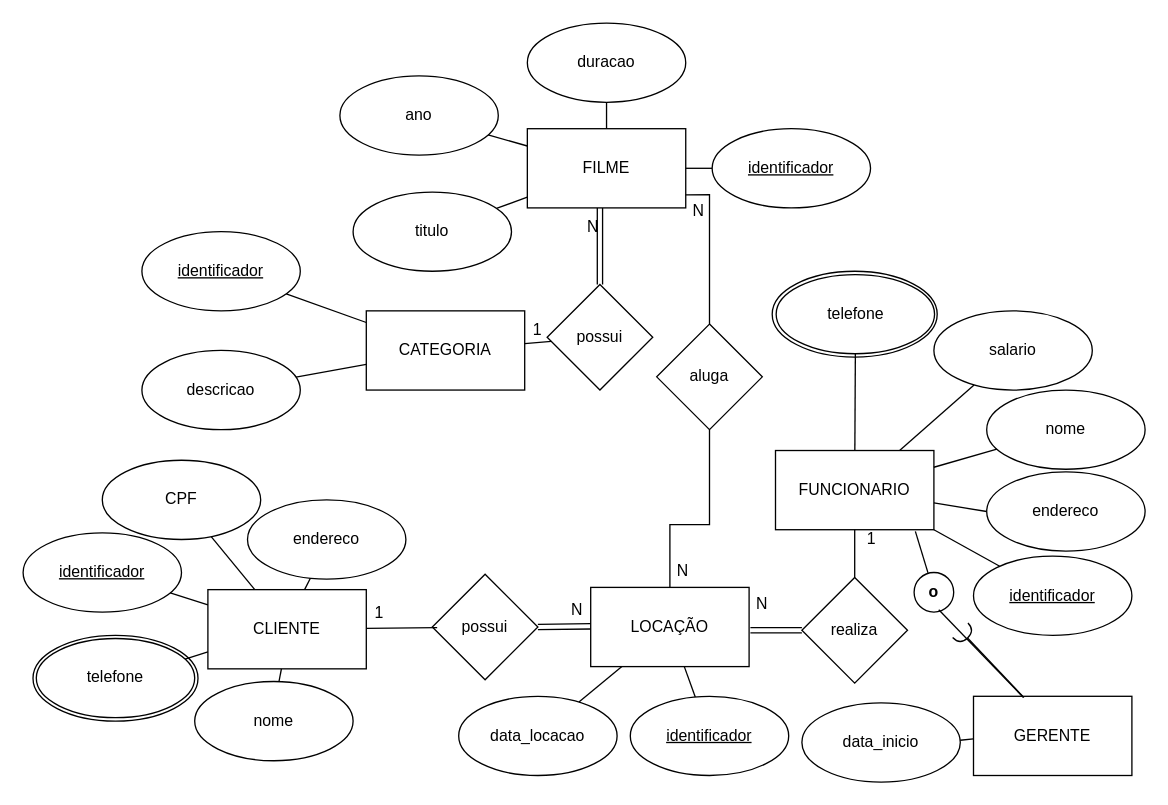
The draw.io diagram LEOBDATV2.drawio in Konitch/Diagram, before the edit. Source tidied: cells renumbered, new cells numbered last; positions are measured from the earlier drawing's top-left corner, leaving out a move shared by most shapes. Both pictures are drawn from the tidied source at 132%, with x=0, y=0 at pixel (22, 22).
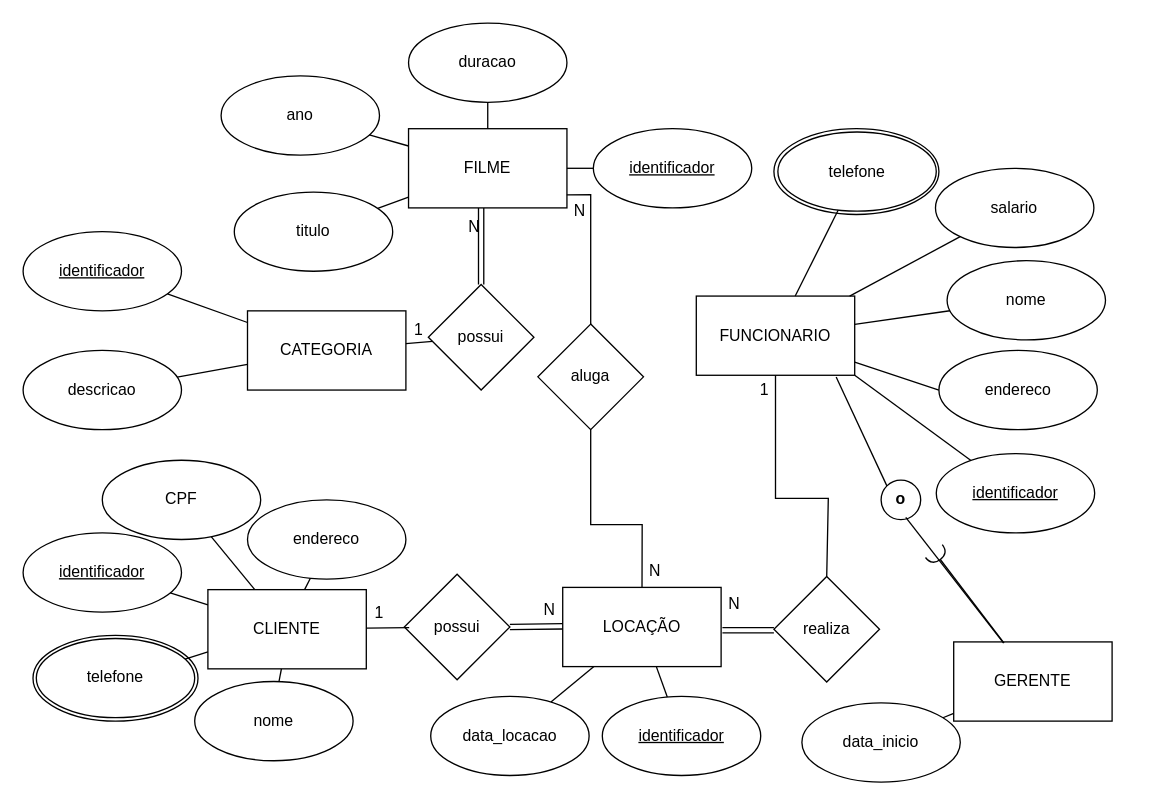
Above is the later version.

Diff of the diagram source:
```diff
@@
     <mxCell id="2" value="FUNCIONARIO" style="rounded=0;whiteSpace=wrap;html=1;" parent="1" vertex="1">
-      <mxGeometry x="570" y="323.8" width="120" height="60" as="geometry" />
+      <mxGeometry x="510" y="206.8" width="120" height="60" as="geometry" />
     </mxCell>
     <mxCell id="3" value="GERENTE" style="rounded=0;whiteSpace=wrap;html=1;" parent="1" vertex="1">
-      <mxGeometry x="720" y="510" width="120" height="60" as="geometry" />
+      <mxGeometry x="705" y="468.8" width="120" height="60" as="geometry" />
     </mxCell>
@@
     <mxCell id="5" value="FILME" style="rounded=0;whiteSpace=wrap;html=1;" parent="1" vertex="1">
-      <mxGeometry x="382" y="80" width="120" height="60" as="geometry" />
+      <mxGeometry x="292" y="80" width="120" height="60" as="geometry" />
     </mxCell>
     <mxCell id="6" value="CATEGORIA" style="rounded=0;whiteSpace=wrap;html=1;" parent="1" vertex="1">
-      <mxGeometry x="260" y="218" width="120" height="60" as="geometry" />
+      <mxGeometry x="170" y="218" width="120" height="60" as="geometry" />
     </mxCell>
     <mxCell id="7" value="LOCAÇÃO" style="rounded=0;whiteSpace=wrap;html=1;" parent="1" vertex="1">
-      <mxGeometry x="430" y="427.5" width="120" height="60" as="geometry" />
+      <mxGeometry x="408.8" y="427.5" width="120" height="60" as="geometry" />
     </mxCell>
     <mxCell id="8" value="salario" style="ellipse;whiteSpace=wrap;html=1;strokeWidth=1;gradientColor=none;fillStyle=auto;" parent="1" vertex="1">
-      <mxGeometry x="690" y="218" width="120" height="60" as="geometry" />
+      <mxGeometry x="691.2" y="110" width="120" height="60" as="geometry" />
     </mxCell>
     <mxCell id="9" value="&lt;u&gt;identificador&lt;/u&gt;" style="ellipse;whiteSpace=wrap;html=1;" parent="1" vertex="1">
-      <mxGeometry x="720" y="403.8" width="120" height="60" as="geometry" />
+      <mxGeometry x="691.8" y="326.2" width="120" height="60" as="geometry" />
     </mxCell>
     <mxCell id="10" value="endereco" style="ellipse;whiteSpace=wrap;html=1;" parent="1" vertex="1">
-      <mxGeometry x="730" y="340" width="120" height="60" as="geometry" />
+      <mxGeometry x="693.8" y="248" width="120" height="60" as="geometry" />
     </mxCell>
     <mxCell id="11" value="nome" style="ellipse;whiteSpace=wrap;html=1;" parent="1" vertex="1">
-      <mxGeometry x="730" y="278" width="120" height="60" as="geometry" />
+      <mxGeometry x="700" y="180" width="120" height="60" as="geometry" />
     </mxCell>
     <mxCell id="12" style="ellipse;whiteSpace=wrap;html=1;perimeterSpacing=0;" parent="1" vertex="1">
-      <mxGeometry x="567.5" y="188" width="125" height="65" as="geometry" />
+      <mxGeometry x="568.8" y="80" width="125" height="65" as="geometry" />
     </mxCell>
     <mxCell id="13" value="telefone" style="ellipse;whiteSpace=wrap;html=1;perimeterSpacing=0;gradientColor=none;fillStyle=hatch;" parent="1" vertex="1">
-      <mxGeometry x="570.5" y="190.5" width="120" height="60" as="geometry" />
+      <mxGeometry x="571.8" y="82.5" width="120" height="60" as="geometry" />
     </mxCell>
@@
     <mxCell id="19" value="&lt;b&gt;o&lt;/b&gt;" style="ellipse;whiteSpace=wrap;html=1;" parent="1" vertex="1">
-      <mxGeometry x="675" y="416.2" width="30" height="30" as="geometry" />
+      <mxGeometry x="650" y="346.2" width="30" height="30" as="geometry" />
     </mxCell>
     <mxCell id="20" style="endArrow=halfCircle;html=1;rounded=0;endFill=0;exitX=0.318;exitY=0.015;exitDx=0;exitDy=0;exitPerimeter=0;" parent="1" edge="1" source="3">
       <mxGeometry relative="1" as="geometry">
-        <mxPoint x="710" y="460" as="targetPoint" />
+        <mxPoint x="690" y="400" as="targetPoint" />
       </mxGeometry>
     </mxCell>
-    <mxCell id="21" style="endArrow=none;html=1;rounded=0;entryX=0.351;entryY=0.009;entryDx=0;entryDy=0;exitX=0.883;exitY=1.021;exitDx=0;exitDy=0;exitPerimeter=0;entryPerimeter=0;" parent="1" edge="1" source="2" target="19">
+    <mxCell id="21" style="endArrow=none;html=1;rounded=0;entryX=0;entryY=0;entryDx=0;entryDy=0;exitX=0.883;exitY=1.021;exitDx=0;exitDy=0;exitPerimeter=0;" parent="1" edge="1" source="2" target="19">
       <mxGeometry relative="1" as="geometry" />
     </mxCell>
@@
     <mxCell id="24" value="&lt;u&gt;identificador&lt;/u&gt;" style="ellipse;whiteSpace=wrap;html=1;" parent="1" vertex="1">
-      <mxGeometry x="90" y="158" width="120" height="60" as="geometry" />
+      <mxGeometry y="158" width="120" height="60" as="geometry" />
     </mxCell>
@@
     <mxCell id="26" value="descricao" style="ellipse;whiteSpace=wrap;html=1;" parent="1" vertex="1">
-      <mxGeometry x="90" y="248" width="120" height="60" as="geometry" />
+      <mxGeometry y="248" width="120" height="60" as="geometry" />
     </mxCell>
@@
     <mxCell id="28" value="&lt;u&gt;identificador&lt;/u&gt;" style="ellipse;whiteSpace=wrap;html=1;" parent="1" vertex="1">
-      <mxGeometry x="522" y="80" width="120" height="60" as="geometry" />
+      <mxGeometry x="432" y="80" width="120" height="60" as="geometry" />
     </mxCell>
     <mxCell id="29" value="titulo" style="ellipse;whiteSpace=wrap;html=1;" parent="1" vertex="1">
-      <mxGeometry x="250" y="128" width="120" height="60" as="geometry" />
+      <mxGeometry x="160" y="128" width="120" height="60" as="geometry" />
     </mxCell>
     <mxCell id="30" value="ano" style="ellipse;whiteSpace=wrap;html=1;" parent="1" vertex="1">
-      <mxGeometry x="240" y="40" width="120" height="60" as="geometry" />
+      <mxGeometry x="150" y="40" width="120" height="60" as="geometry" />
     </mxCell>
     <mxCell id="31" value="duracao" style="ellipse;whiteSpace=wrap;html=1;" parent="1" vertex="1">
-      <mxGeometry x="382" width="120" height="60" as="geometry" />
+      <mxGeometry x="292" width="120" height="60" as="geometry" />
     </mxCell>
@@
     <mxCell id="47" value="&lt;u&gt;identificador&lt;/u&gt;" style="ellipse;whiteSpace=wrap;html=1;" parent="1" vertex="1">
-      <mxGeometry x="460" y="510" width="120" height="60" as="geometry" />
+      <mxGeometry x="438.8" y="510" width="120" height="60" as="geometry" />
     </mxCell>
     <mxCell id="48" value="data_locacao" style="ellipse;whiteSpace=wrap;html=1;" parent="1" vertex="1">
-      <mxGeometry x="330" y="510" width="120" height="60" as="geometry" />
+      <mxGeometry x="308.8" y="510" width="120" height="60" as="geometry" />
     </mxCell>
@@
     <mxCell id="51" value="possui" style="rhombus;whiteSpace=wrap;html=1;" parent="1" vertex="1">
-      <mxGeometry x="397" y="198" width="80" height="80" as="geometry" />
+      <mxGeometry x="307" y="198" width="80" height="80" as="geometry" />
     </mxCell>
@@
     <mxCell id="54" value="realiza" style="rhombus;whiteSpace=wrap;html=1;" parent="1" vertex="1">
-      <mxGeometry x="590" y="420" width="80" height="80" as="geometry" />
+      <mxGeometry x="568.8" y="419.2" width="80" height="80" as="geometry" />
     </mxCell>
     <mxCell id="55" style="endArrow=none;html=1;rounded=0;exitX=0.5;exitY=0;exitDx=0;exitDy=0;" parent="1" edge="1" source="54" target="2">
-      <mxGeometry relative="1" as="geometry" />
+      <mxGeometry relative="1" as="geometry">
+        <Array as="points">
+          <mxPoint x="610" y="360" />
+          <mxPoint x="570" y="360" />
+        </Array>
+      </mxGeometry>
     </mxCell>
     <mxCell id="56" value="1" style="text;html=1;align=center;verticalAlign=middle;whiteSpace=wrap;rounded=0;" parent="1" vertex="1">
-      <mxGeometry x="380" y="218" width="20" height="30" as="geometry" />
+      <mxGeometry x="290" y="218" width="20" height="30" as="geometry" />
     </mxCell>
     <mxCell id="57" value="N" style="text;html=1;align=center;verticalAlign=middle;whiteSpace=wrap;rounded=0;" parent="1" vertex="1">
-      <mxGeometry x="422" y="140" width="20" height="30" as="geometry" />
+      <mxGeometry x="332" y="140" width="20" height="30" as="geometry" />
     </mxCell>
-    <mxCell id="58" style="endArrow=none;html=1;rounded=0;strokeWidth=1;entryX=0;entryY=0.5;entryDx=0;entryDy=0;shape=link;" parent="1" edge="1" target="54">
+    <mxCell id="58" style="endArrow=none;html=1;rounded=0;strokeWidth=1;entryX=0;entryY=0.5;entryDx=0;entryDy=0;shape=link;" parent="1" edge="1">
       <mxGeometry relative="1" as="geometry">
-        <mxPoint x="551" y="460" as="sourcePoint" />
+        <mxPoint x="529.8" y="460" as="sourcePoint" />
+        <mxPoint x="568.8" y="460" as="targetPoint" />
       </mxGeometry>
     </mxCell>
     <mxCell id="59" value="N" style="text;html=1;align=center;verticalAlign=middle;whiteSpace=wrap;rounded=0;" parent="1" vertex="1">
-      <mxGeometry x="550" y="425" width="20" height="30" as="geometry" />
+      <mxGeometry x="528.8" y="425" width="20" height="30" as="geometry" />
     </mxCell>
     <mxCell id="60" value="1" style="text;html=1;align=center;verticalAlign=middle;whiteSpace=wrap;rounded=0;" parent="1" vertex="1">
-      <mxGeometry x="632.5" y="376.2" width="20" height="30" as="geometry" />
+      <mxGeometry x="551.8" y="263" width="20" height="30" as="geometry" />
     </mxCell>
     <mxCell id="61" value="possui" style="rhombus;whiteSpace=wrap;html=1;" parent="1" vertex="1">
-      <mxGeometry x="310" y="417.5" width="80" height="80" as="geometry" />
+      <mxGeometry x="288.8" y="417.5" width="80" height="80" as="geometry" />
     </mxCell>
@@
     <mxCell id="63" style="endArrow=none;html=1;rounded=0;exitX=1;exitY=0.5;exitDx=0;exitDy=0;shape=link;" parent="1" edge="1" source="61">
       <mxGeometry relative="1" as="geometry">
-        <mxPoint x="430" y="457" as="targetPoint" />
+        <mxPoint x="408.8" y="457" as="targetPoint" />
       </mxGeometry>
     </mxCell>
@@
     <mxCell id="65" value="N" style="text;html=1;align=center;verticalAlign=middle;whiteSpace=wrap;rounded=0;" parent="1" vertex="1">
-      <mxGeometry x="410" y="430" width="20" height="30" as="geometry" />
+      <mxGeometry x="388.8" y="430" width="20" height="30" as="geometry" />
     </mxCell>
     <mxCell id="66" value="aluga" style="rhombus;whiteSpace=wrap;html=1;" parent="1" vertex="1">
-      <mxGeometry x="480" y="228" width="80" height="80" as="geometry" />
+      <mxGeometry x="390" y="228" width="80" height="80" as="geometry" />
     </mxCell>
     <mxCell id="67" style="endArrow=none;html=1;rounded=0;" parent="1" edge="1" source="66" target="7">
       <mxGeometry relative="1" as="geometry">
         <Array as="points">
-          <mxPoint x="520" y="380" />
-          <mxPoint x="490" y="380" />
+          <mxPoint x="430" y="380" />
+          <mxPoint x="469" y="380" />
         </Array>
       </mxGeometry>
     </mxCell>
     <mxCell id="68" style="endArrow=none;html=1;rounded=0;exitX=0.999;exitY=0.835;exitDx=0;exitDy=0;exitPerimeter=0;" parent="1" edge="1" source="5" target="66">
       <mxGeometry relative="1" as="geometry">
         <Array as="points">
-          <mxPoint x="520" y="130" />
+          <mxPoint x="430" y="130" />
         </Array>
       </mxGeometry>
     </mxCell>
     <mxCell id="69" value="N" style="text;html=1;align=center;verticalAlign=middle;whiteSpace=wrap;rounded=0;" parent="1" vertex="1">
-      <mxGeometry x="490" y="400" width="20" height="30" as="geometry" />
+      <mxGeometry x="468.8" y="400" width="20" height="30" as="geometry" />
     </mxCell>
     <mxCell id="70" value="N" style="text;html=1;align=center;verticalAlign=middle;whiteSpace=wrap;rounded=0;" parent="1" vertex="1">
-      <mxGeometry x="502" y="128" width="20" height="30" as="geometry" />
+      <mxGeometry x="412" y="128" width="20" height="30" as="geometry" />
     </mxCell>
```
